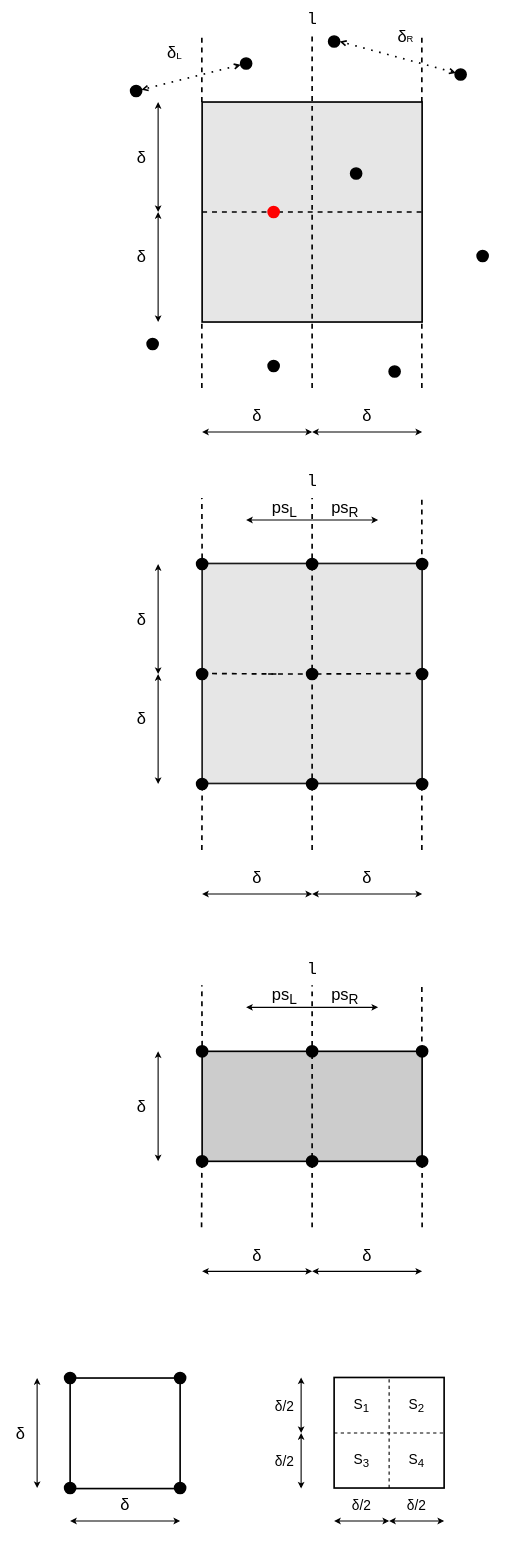
The draw.io diagram img/Paper.drawio in mrtnrau/closest-pair-of-points, before the edit. Source tidied: cells renumbered, new cells numbered last; positions are measured from the earlier drawing's top-left corner, leaving out a move shared by most shapes. Both pictures are drawn from the tidied source at 55%, with x=0, y=0 at pixel (9, 14).
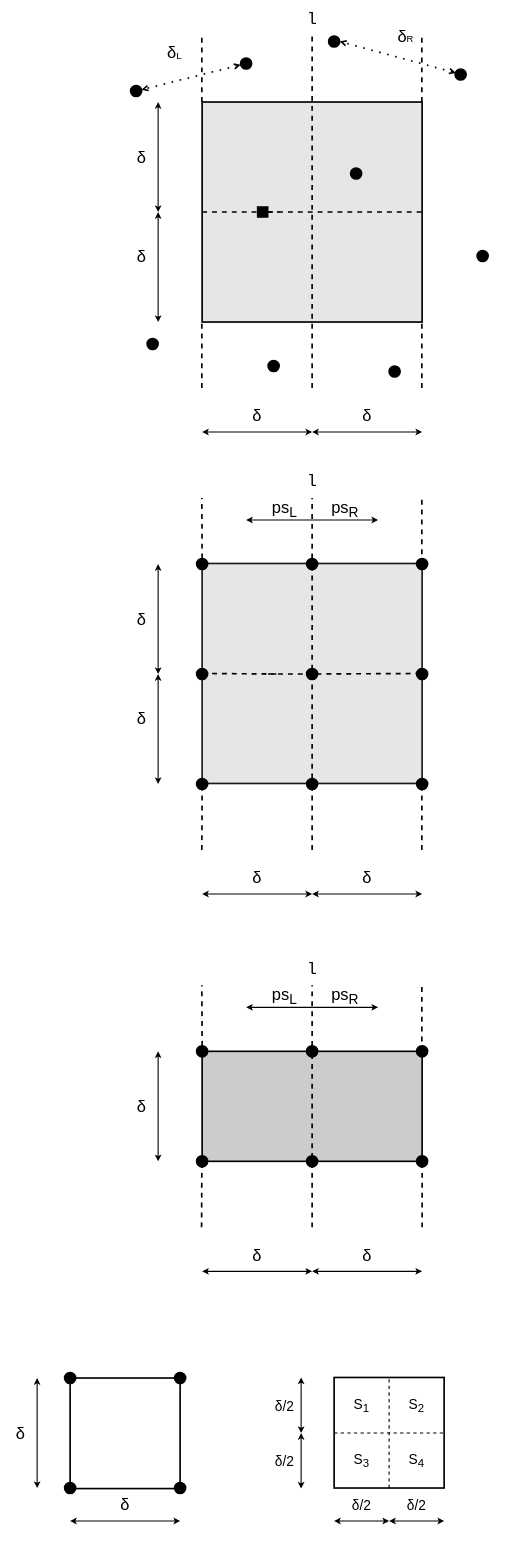
The same page after the edit.

Unchanged cells that the change refers to:
```xml
<mxCell id="4" style="whiteSpace=wrap;html=1;strokeWidth=3;fillColor=#E6E6E6;" parent="1" vertex="1">
  <mxGeometry x="350" y="160" width="400" height="400" as="geometry" />
</mxCell>
```

Change to the diagram source:
```diff
@@
-    <mxCell id="6" style="endArrow=none;dashed=1;html=1;strokeWidth=3;exitX=0;exitY=0.5;exitDx=0;exitDy=0;entryX=1;entryY=0.5;entryDx=0;entryDy=0;" parent="1" edge="1" source="4" target="13">
-      <mxGeometry relative="1" as="geometry" />
+    <mxCell id="6" style="endArrow=none;dashed=1;html=1;strokeWidth=3;exitX=0;exitY=0.5;exitDx=0;exitDy=0;entryX=1;entryY=0.5;entryDx=0;entryDy=0;" parent="1" edge="1" source="128">
+      <mxGeometry relative="1" as="geometry">
+        <mxPoint x="490" y="360" as="targetPoint" />
+      </mxGeometry>
     </mxCell>
@@
-    <mxCell id="12" style="endArrow=none;dashed=1;html=1;strokeWidth=3;exitX=0;exitY=0.5;exitDx=0;exitDy=0;entryX=1;entryY=0.5;entryDx=0;entryDy=0;" parent="1" edge="1" source="13" target="4">
-      <mxGeometry relative="1" as="geometry" />
+    <mxCell id="12" style="endArrow=none;dashed=1;html=1;strokeWidth=3;exitX=0;exitY=0.5;exitDx=0;exitDy=0;entryX=1;entryY=0.5;entryDx=0;entryDy=0;" parent="1" edge="1" target="4">
+      <mxGeometry relative="1" as="geometry">
+        <mxPoint x="470" y="360" as="sourcePoint" />
+      </mxGeometry>
     </mxCell>
-    <mxCell id="13" style="ellipse;whiteSpace=wrap;html=1;strokeWidth=3;fillColor=#FF0000;strokeColor=#FF0000;" parent="1" vertex="1">
-      <mxGeometry x="470" y="350" width="20" height="20" as="geometry" />
-    </mxCell>
@@
+    <mxCell id="128" style="whiteSpace=wrap;html=1;fillColor=#000000;" parent="1" vertex="1">
+      <mxGeometry x="450" y="350" width="20" height="20" as="geometry" />
+    </mxCell>
+    <mxCell id="129" style="endArrow=none;dashed=1;html=1;strokeWidth=3;exitX=0;exitY=0.5;exitDx=0;exitDy=0;entryX=1;entryY=0.5;entryDx=0;entryDy=0;" parent="1" edge="1" source="4" target="128">
+      <mxGeometry relative="1" as="geometry" />
+    </mxCell>
```
